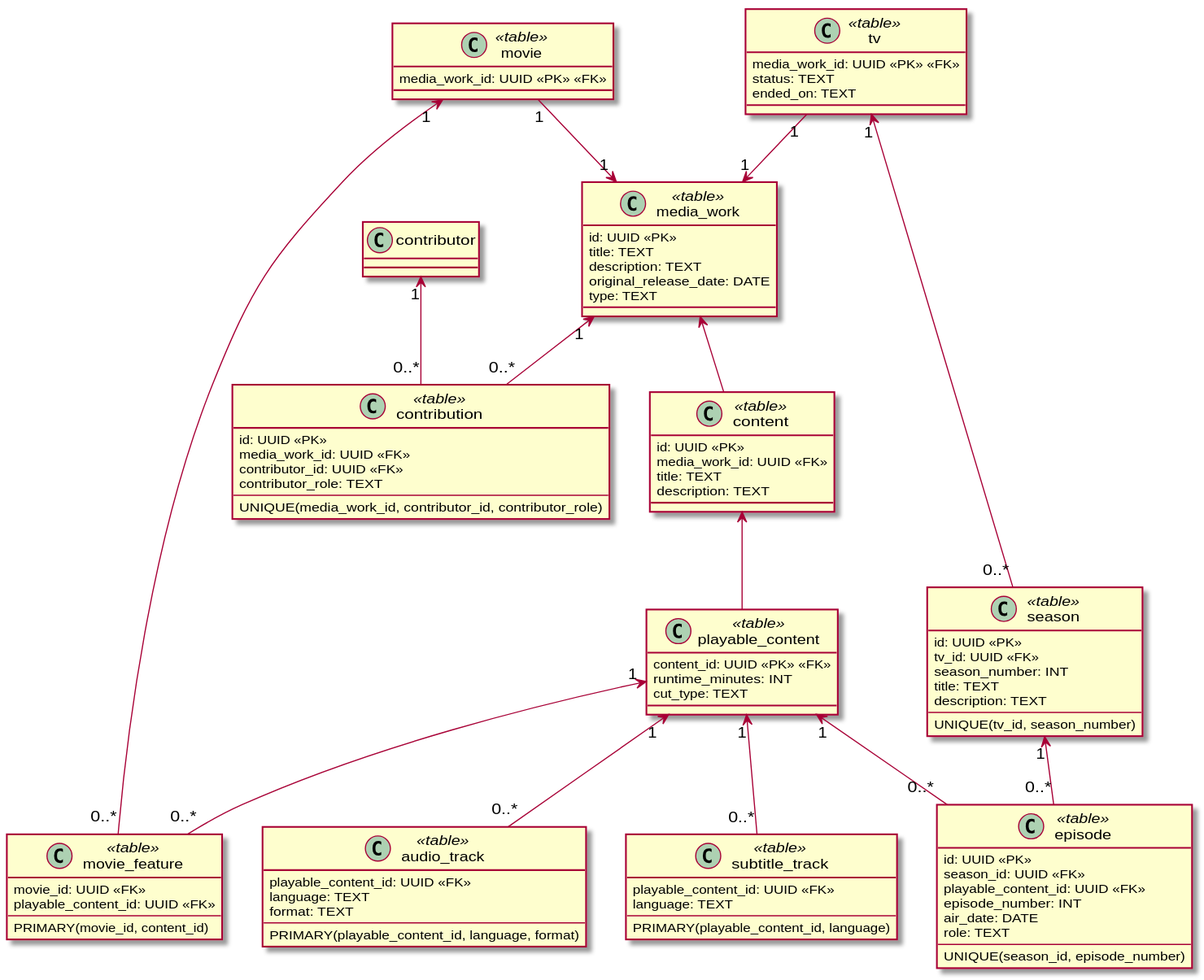
Before: docs/diagrams/data/media_work.data.svg, a diagram exported from PlantUML (yantue/colleq).
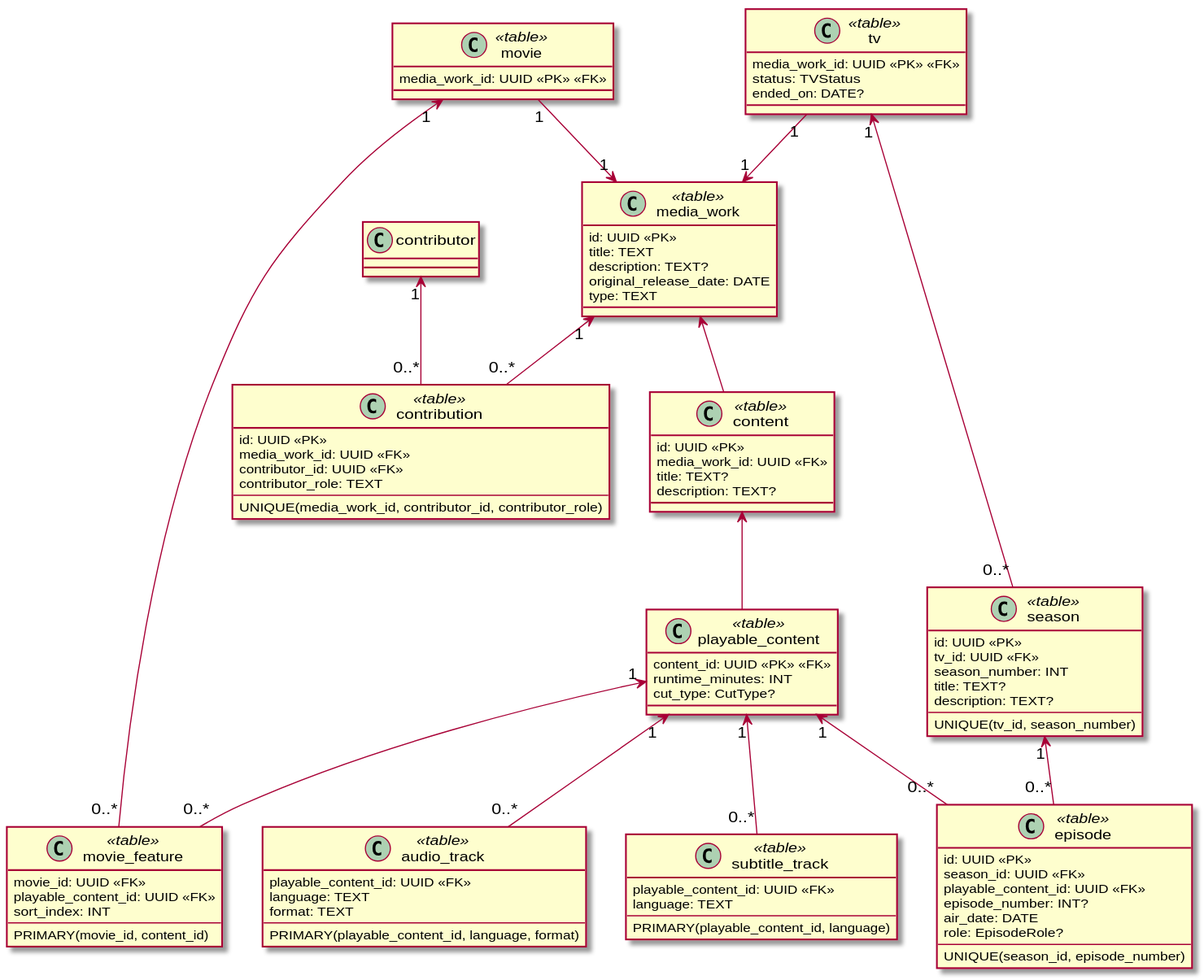
The same diagram one commit later.

Diff of the diagram source:
```diff
@@ -4,7 +4,7 @@
 class media_work <<table>> {
     id: UUID <<PK>>
     title: TEXT
-    description: TEXT
+    description: TEXT?
     original_release_date: DATE
     type: TEXT
 }
@@ -23,8 +23,8 @@
 class content <<table>> {
     id: UUID <<PK>>
     media_work_id: UUID <<FK>>
-    title: TEXT
-    description: TEXT
+    title: TEXT?
+    description: TEXT?
 }
 
 media_work <-- content
@@ -32,7 +32,7 @@
 class playable_content <<table>> {
     content_id: UUID <<PK>> <<FK>>
     runtime_minutes: INT
-    cut_type: TEXT
+    cut_type: CutType?
 }
 
 content <-- playable_content
@@ -65,6 +65,7 @@
 class movie_feature <<table>> {
      movie_id: UUID <<FK>>
      playable_content_id: UUID <<FK>>
+     sort_index: INT
      --
      PRIMARY(movie_id, content_id)
 }
@@ -74,8 +75,8 @@
 
 class tv <<table>> {
     media_work_id: UUID <<PK>> <<FK>>
-    status: TEXT
-    ended_on: TEXT
+    status: TVStatus
+    ended_on: DATE?
 }
 
 tv "1" --> "1" media_work
@@ -84,8 +85,8 @@
     id: UUID <<PK>>
     tv_id: UUID <<FK>>
     season_number: INT
-    title: TEXT
-    description: TEXT
+    title: TEXT?
+    description: TEXT?
     --
     UNIQUE(tv_id, season_number)
 }
@@ -96,9 +97,9 @@
     id: UUID <<PK>>
     season_id: UUID <<FK>>
     playable_content_id: UUID <<FK>>
-    episode_number: INT
+    episode_number: INT?
     air_date: DATE
-    role: TEXT
+    role: EpisodeRole?
     --
     UNIQUE(season_id, episode_number)
 }
```
